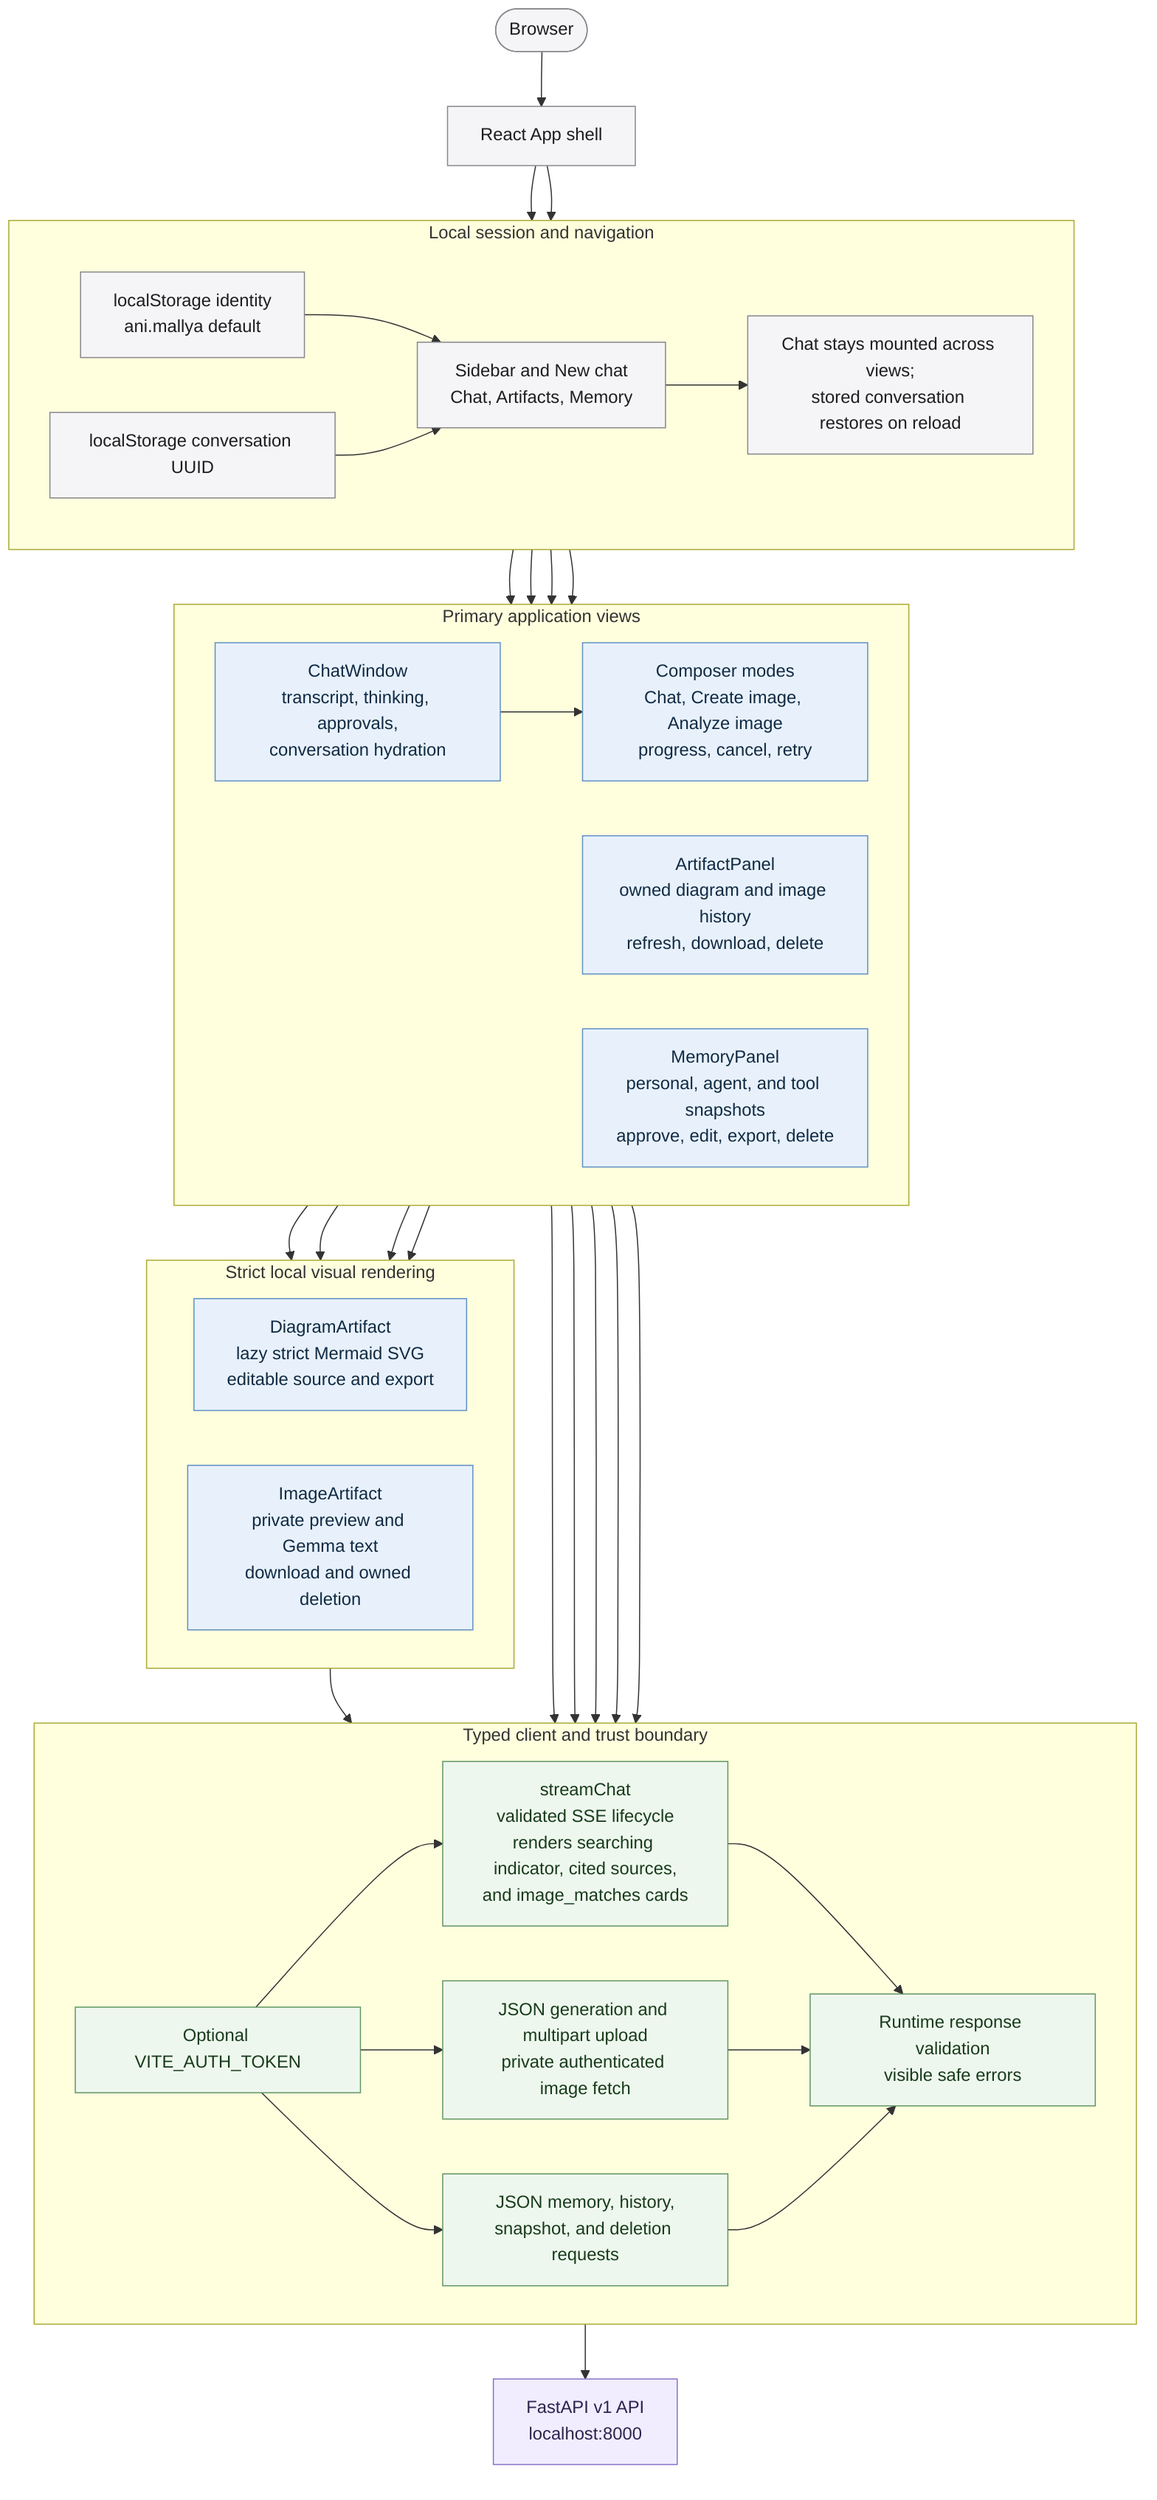
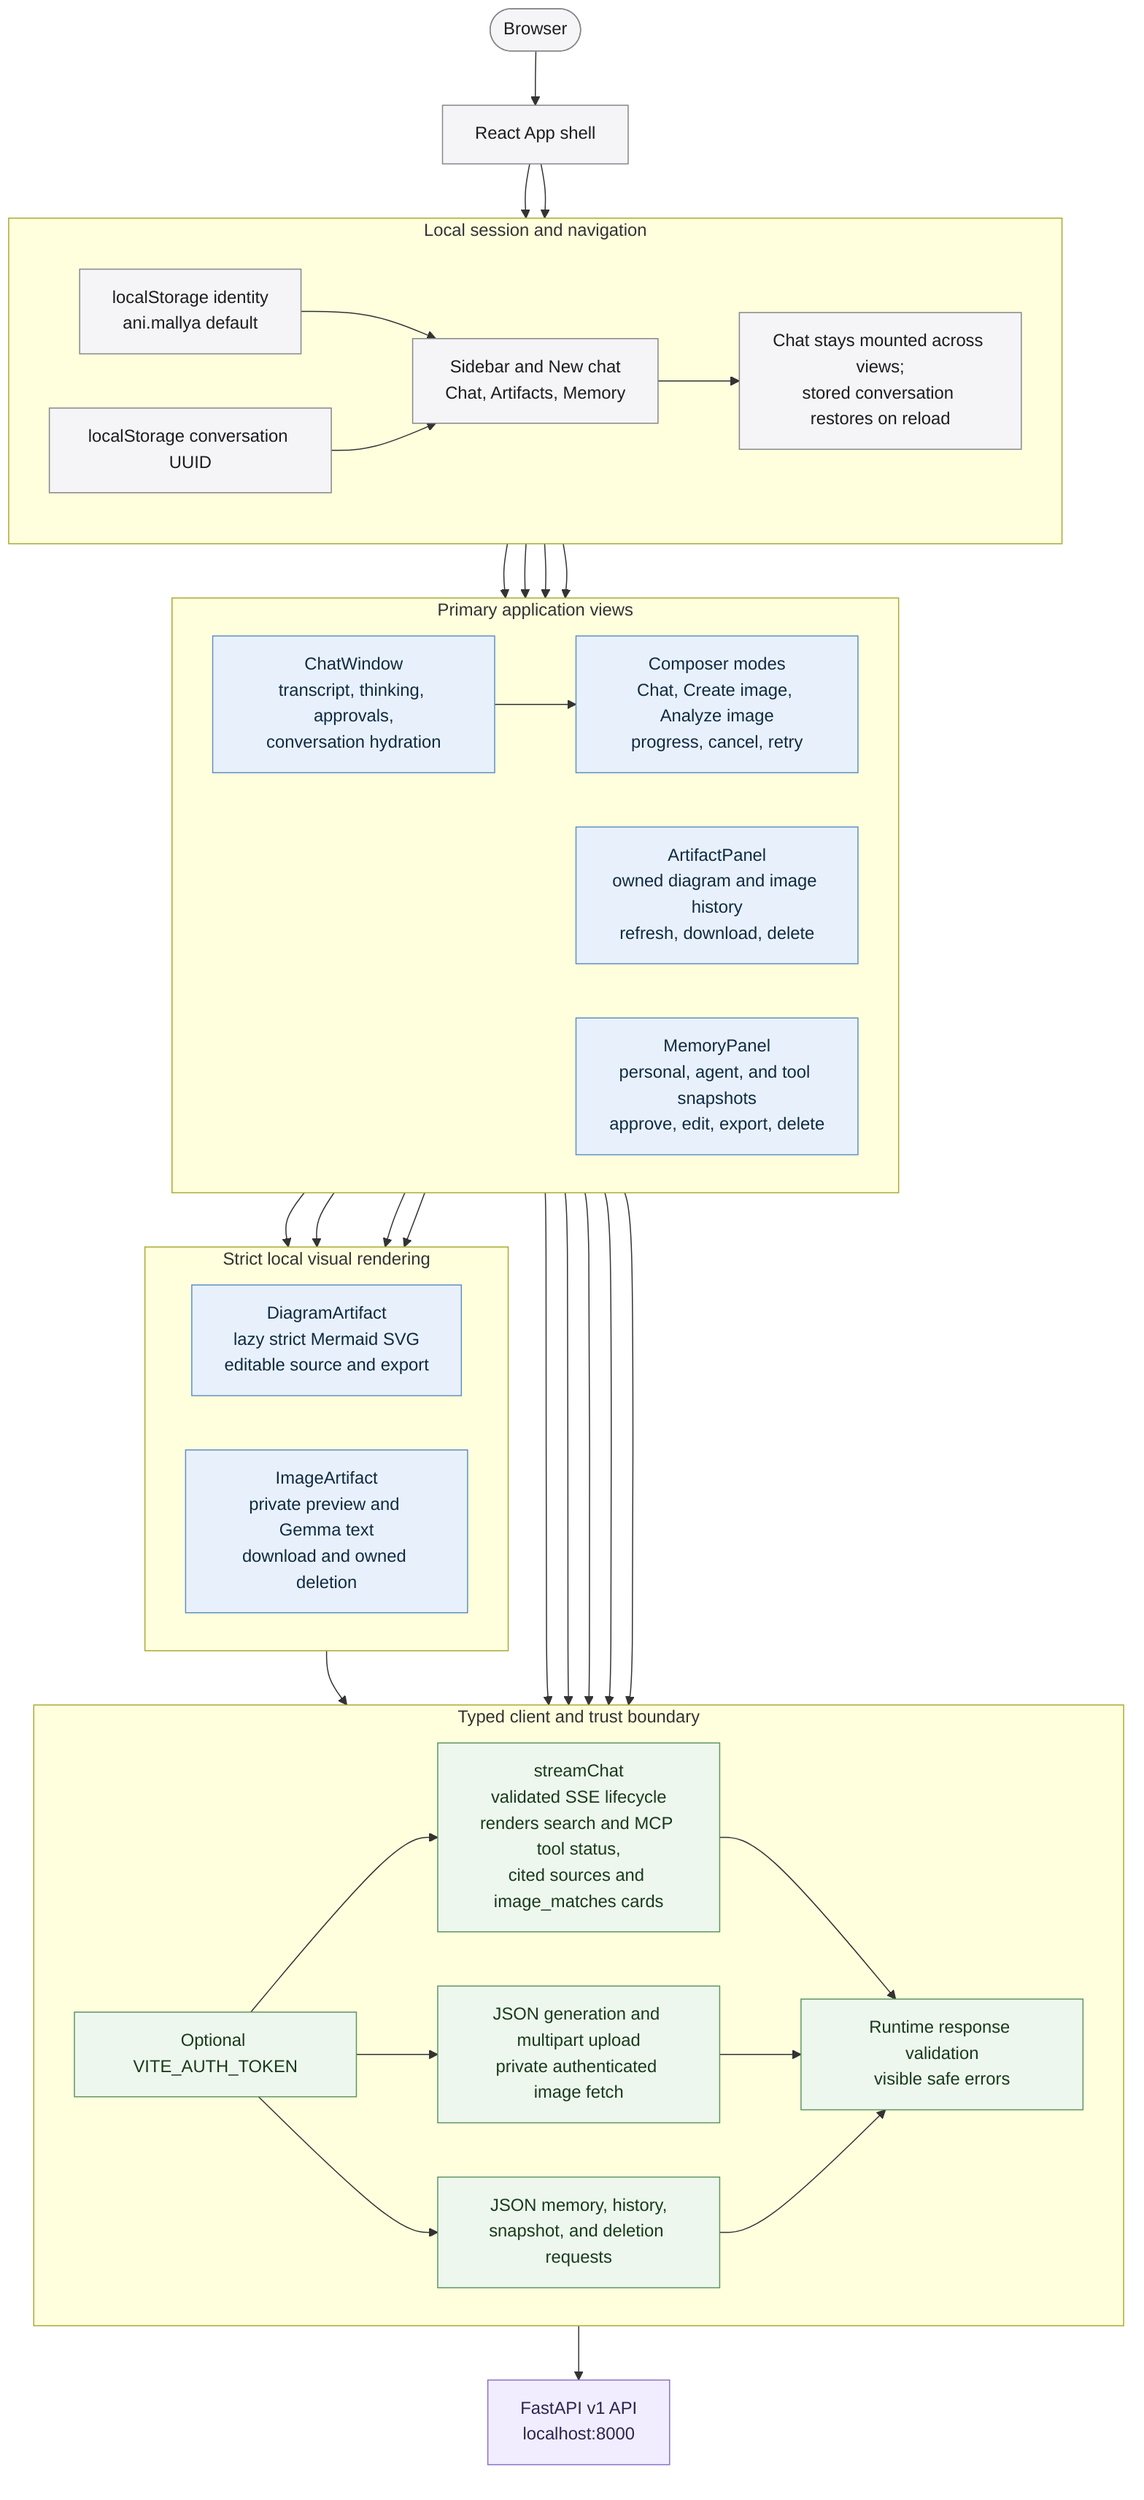
flowchart TB
    Browser([Browser]) --> App[React App shell]

    subgraph Session[Local session and navigation]
        direction LR
        Identity[localStorage identity<br/>ani.mallya default]
        ConversationID[localStorage conversation UUID]
        Navigation[Sidebar and New chat<br/>Chat, Artifacts, Memory]
        Persistence[Chat stays mounted across views;<br/>stored conversation restores on reload]

        Identity --> Navigation
        ConversationID --> Navigation --> Persistence
    end

    App --> Identity
    App --> ConversationID

    subgraph Views[Primary application views]
        direction LR
        ChatView[ChatWindow<br/>transcript, thinking, approvals,<br/>conversation hydration]
        Composer[Composer modes<br/>Chat, Create image, Analyze image<br/>progress, cancel, retry]
        ArtifactView[ArtifactPanel<br/>owned diagram and image history<br/>refresh, download, delete]
        MemoryView[MemoryPanel<br/>personal, agent, and tool snapshots<br/>approve, edit, export, delete]

        ChatView --> Composer
    end

    Navigation --> ChatView
    Navigation --> ArtifactView
    Navigation --> MemoryView
    Persistence --> ChatView

    subgraph Visuals[Strict local visual rendering]
        direction LR
        DiagramCard[DiagramArtifact<br/>lazy strict Mermaid SVG<br/>editable source and export]
        ImageCard[ImageArtifact<br/>private preview and Gemma text<br/>download and owned deletion]
    end

    ChatView --> DiagramCard
    ChatView --> ImageCard
    ArtifactView --> DiagramCard
    ArtifactView --> ImageCard

    subgraph Client[Typed client and trust boundary]
        direction LR
-         ChatClient[streamChat<br/>validated SSE lifecycle<br/>renders searching indicator, cited sources,<br/>and image_matches cards]
+         ChatClient[streamChat<br/>validated SSE lifecycle<br/>renders search and MCP tool status,<br/>cited sources and image_matches cards]
        VisualClient[JSON generation and multipart upload<br/>private authenticated image fetch]
        DataClient[JSON memory, history,<br/>snapshot, and deletion requests]
        Validation[Runtime response validation<br/>visible safe errors]
        Auth[Optional VITE_AUTH_TOKEN]

        ChatClient --> Validation
        VisualClient --> Validation
        DataClient --> Validation
        Auth --> ChatClient
        Auth --> VisualClient
        Auth --> DataClient
    end

    Composer --> ChatClient
    Composer --> VisualClient
    ImageCard --> VisualClient
    ChatView --> DataClient
    ArtifactView --> DataClient
    MemoryView --> DataClient

    Backend[FastAPI v1 API<br/>localhost:8000]
    Validation --> Backend

    classDef shell fill:#f5f5f7,stroke:#86868b,color:#1d1d1f;
    classDef component fill:#e8f1fb,stroke:#5e8fc4,color:#102a43;
    classDef boundary fill:#eef7ee,stroke:#5f9562,color:#183b1b;
    classDef external fill:#f1edff,stroke:#8872c6,color:#2e2450;
    class Browser,App,Identity,ConversationID,Navigation,Persistence shell;
    class ChatView,Composer,ArtifactView,MemoryView,DiagramCard,ImageCard component;
    class ChatClient,VisualClient,DataClient,Validation,Auth boundary;
    class Backend external;
